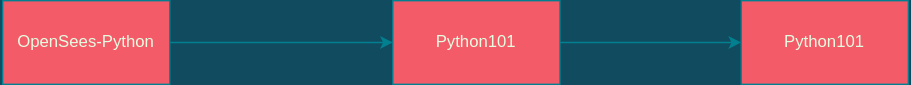
Above: Python-OpenSeesPy/img/aad_OSW-6ICEES.drawio.svg in volkanozsarac/OSW-6ICEES (draw.io), before the change. Source tidied: cells renumbered, new cells last; positions are measured from the earlier drawing's top-left corner, leaving out a move shared by most shapes.
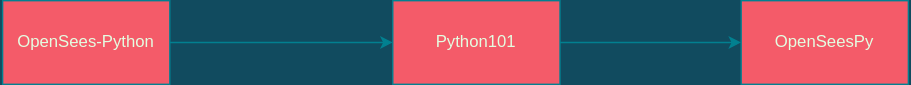
Later version of the same file.

What changed in the source:
```diff
@@ -14,7 +14,7 @@
     <mxCell id="5" value="Python101" style="rounded=0;whiteSpace=wrap;html=1;fillColor=#F45B69;strokeColor=#028090;fontColor=#E4FDE1;" parent="1" vertex="1">
       <mxGeometry x="280" width="120" height="60" as="geometry" />
     </mxCell>
-    <mxCell id="6" value="Python101" style="rounded=0;whiteSpace=wrap;html=1;fillColor=#F45B69;strokeColor=#028090;fontColor=#E4FDE1;" parent="1" vertex="1">
+    <mxCell id="6" value="OpenSeesPy" style="rounded=0;whiteSpace=wrap;html=1;fillColor=#F45B69;strokeColor=#028090;fontColor=#E4FDE1;" parent="1" vertex="1">
       <mxGeometry x="530" width="120" height="60" as="geometry" />
     </mxCell>
   </root>
```
